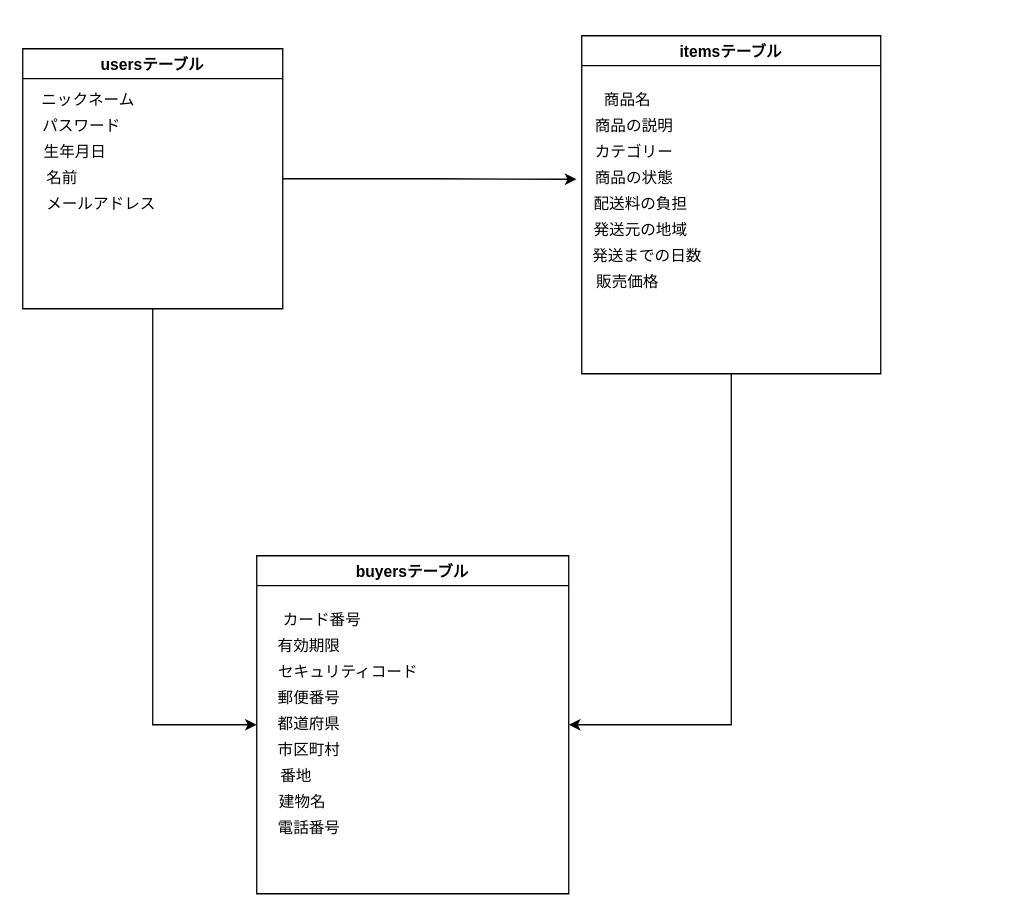
Before: furima.dio in shu0405/furima-33081, a draw.io diagram. Source tidied: cells renumbered, new cells numbered last; positions are measured from the earlier drawing's top-left corner, leaving out a move shared by most shapes. Both pictures are drawn from the tidied source at 130%, with x=0, y=0 at pixel (22, 35).
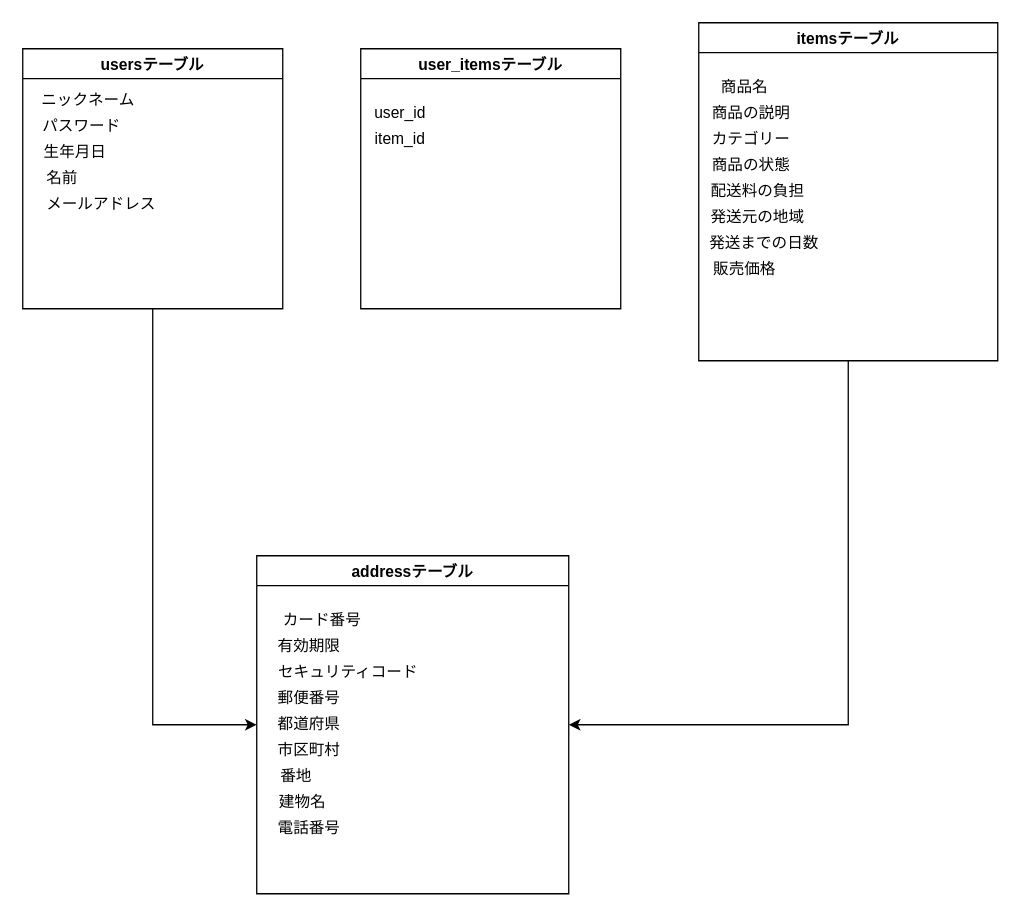
Above is the later version.

Commit message (it also covers changes not shown here):
データベース設計カラム追加及び内容修正

Unchanged cells that the change refers to:
```xml
<mxCell id="4" value="usersテーブル" style="swimlane;" parent="1" vertex="1">
  <mxGeometry y="10" width="200" height="200" as="geometry" />
</mxCell>
<mxCell id="13" value="商品の状態" style="text;html=1;align=center;verticalAlign=middle;points=[];" parent="11" vertex="1">
  <mxGeometry y="100" width="80" height="20" as="geometry" />
</mxCell>
```

Change to the diagram source:
```diff
@@
-    <mxCell id="2" style="edgeStyle=orthogonalEdgeStyle;rounded=0;jettySize=auto;html=1;exitX=1;exitY=0.5;exitDx=0;exitDy=0;entryX=-0.05;entryY=0.52;entryDx=0;entryDy=0;entryPerimeter=0;" parent="1" edge="1" source="4" target="13">
-      <mxGeometry relative="1" as="geometry" />
+    <mxCell id="2" style="edgeStyle=orthogonalEdgeStyle;rounded=0;jettySize=auto;html=1;exitX=1;exitY=0.5;exitDx=0;exitDy=0;" parent="1" edge="1" source="4">
+      <mxGeometry relative="1" as="geometry">
+        <mxPoint x="200" y="110" as="targetPoint" />
+      </mxGeometry>
     </mxCell>
@@
     <mxCell id="11" value="itemsテーブル" style="swimlane;" parent="1" vertex="1">
-      <mxGeometry x="430" width="230" height="260" as="geometry" />
+      <mxGeometry x="520" y="-10" width="230" height="260" as="geometry" />
     </mxCell>
@@
-    <mxCell id="20" value="buyersテーブル" style="swimlane;" parent="1" vertex="1">
+    <mxCell id="20" value="addressテーブル" style="swimlane;" parent="1" vertex="1">
       <mxGeometry x="180" y="400" width="240" height="260" as="geometry" />
     </mxCell>
@@
+    <mxCell id="30" value="user_itemsテーブル" style="swimlane;" parent="1" vertex="1">
+      <mxGeometry x="260" y="10" width="200" height="200" as="geometry" />
+    </mxCell>
+    <mxCell id="31" value="item_id" style="text;html=1;align=center;verticalAlign=middle;" parent="30" vertex="1">
+      <mxGeometry x="5" y="60" width="50" height="20" as="geometry" />
+    </mxCell>
+    <mxCell id="32" value="user_id" style="text;html=1;align=center;verticalAlign=middle;" parent="1" vertex="1">
+      <mxGeometry x="265" y="50" width="50" height="20" as="geometry" />
+    </mxCell>
```
